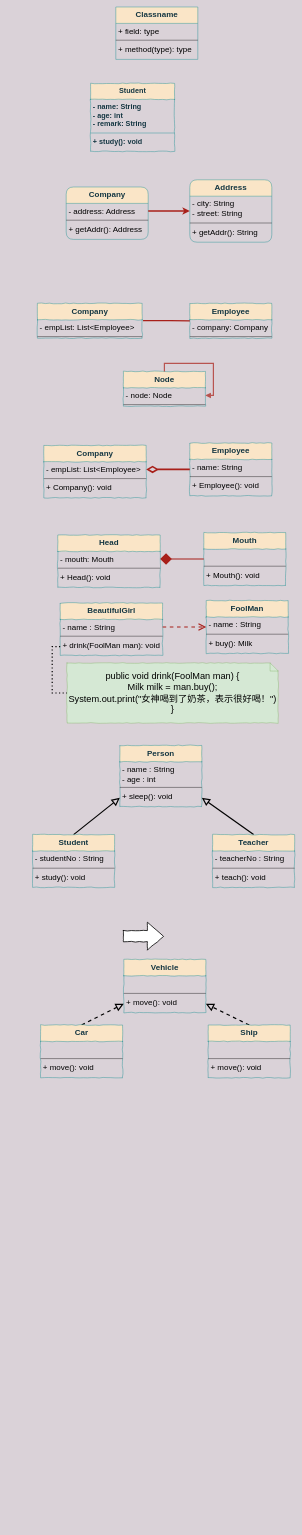
C-wx/MindManager keeps this draw.io diagram as 软件设计原则.drawio. Above is the earlier version. Source tidied: cells renumbered, new cells numbered last; positions are measured from the earlier drawing's top-left corner, leaving out a move shared by most shapes. Both pictures are drawn from the tidied source at 40%, with x=0, y=0 at pixel (32, 7).
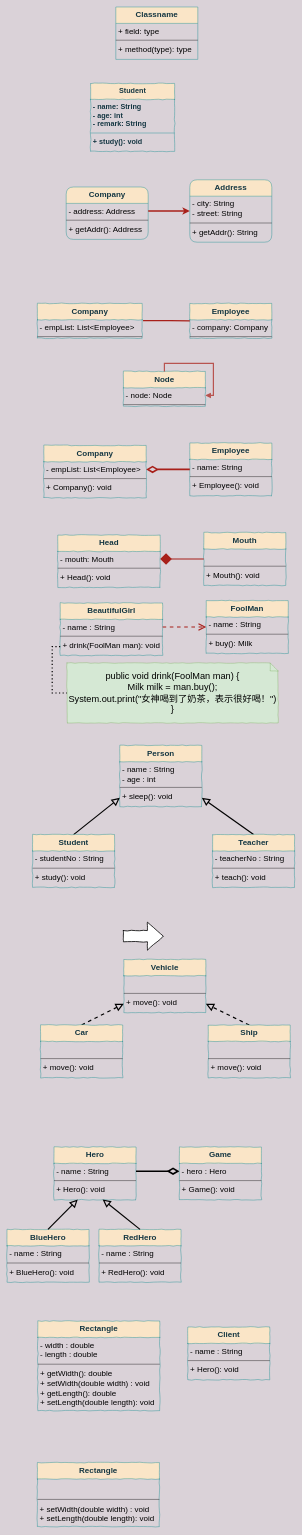
Above is the later version.

Commit message:
更新软件设计原则.drawio

Change to the diagram source:
```diff
@@
+    <mxCell id="88" value="Game" style="swimlane;fontStyle=1;align=center;verticalAlign=top;horizontal=1;startSize=41;shadow=0;glass=0;comic=1;strokeColor=#0F8B8D;fillColor=#FAE5C7;fontColor=#143642;fontSize=20;rounded=0;" parent="1" vertex="1">
+      <mxGeometry x="367" y="2850" width="205" height="132" as="geometry" />
+    </mxCell>
+    <mxCell id="89" value="- hero : Hero" style="text;strokeColor=none;fillColor=none;align=left;verticalAlign=top;spacingLeft=4;spacingRight=4;overflow=hidden;points=[[0,0.5],[1,0.5]];portConstraint=eastwest;fontSize=20;" parent="88" vertex="1">
+      <mxGeometry y="41" width="205" height="39" as="geometry" />
+    </mxCell>
+    <mxCell id="90" style="line;strokeWidth=1;fillColor=none;align=left;verticalAlign=middle;spacingTop=-1;spacingLeft=3;spacingRight=3;labelPosition=right;fontSize=20;" parent="88" vertex="1">
+      <mxGeometry y="80" width="205" height="8" as="geometry" />
+    </mxCell>
+    <mxCell id="91" value="+ Game(): void" style="text;strokeColor=none;fillColor=none;align=left;verticalAlign=top;spacingLeft=4;spacingRight=4;overflow=hidden;fontSize=20;" parent="88" vertex="1">
+      <mxGeometry y="88" width="205" height="44" as="geometry" />
+    </mxCell>
+    <mxCell id="92" value="Hero" style="swimlane;fontStyle=1;align=center;verticalAlign=top;horizontal=1;startSize=41;shadow=0;glass=0;comic=1;strokeColor=#0F8B8D;fillColor=#FAE5C7;fontColor=#143642;fontSize=20;rounded=0;" parent="1" vertex="1">
+      <mxGeometry x="53.5" y="2850" width="205" height="132" as="geometry" />
+    </mxCell>
+    <mxCell id="93" value="- name : String" style="text;strokeColor=none;fillColor=none;align=left;verticalAlign=top;spacingLeft=4;spacingRight=4;overflow=hidden;points=[[0,0.5],[1,0.5]];portConstraint=eastwest;fontSize=20;" parent="92" vertex="1">
+      <mxGeometry y="41" width="205" height="39" as="geometry" />
+    </mxCell>
+    <mxCell id="94" style="line;strokeWidth=1;fillColor=none;align=left;verticalAlign=middle;spacingTop=-1;spacingLeft=3;spacingRight=3;labelPosition=right;fontSize=20;" parent="92" vertex="1">
+      <mxGeometry y="80" width="205" height="8" as="geometry" />
+    </mxCell>
+    <mxCell id="95" value="+ Hero(): void" style="text;strokeColor=none;fillColor=none;align=left;verticalAlign=top;spacingLeft=4;spacingRight=4;overflow=hidden;points=[[0,0.5],[1,0.5]];portConstraint=eastwest;fontSize=20;" parent="92" vertex="1">
+      <mxGeometry y="88" width="205" height="44" as="geometry" />
+    </mxCell>
+    <mxCell id="96" style="edgeStyle=orthogonalEdgeStyle;rounded=1;jettySize=auto;html=1;entryX=1;entryY=0.5;entryDx=0;entryDy=0;fillColor=#FAE5C7;fontSize=20;fontColor=#143642;strokeWidth=4;endArrow=none;endFill=0;startArrow=diamondThin;startFill=0;exitX=0;exitY=0.5;exitDx=0;exitDy=0;endSize=6;startSize=20;" parent="1" edge="1" source="89" target="93">
+      <mxGeometry relative="1" as="geometry" />
+    </mxCell>
+    <mxCell id="97" value="BlueHero" style="swimlane;fontStyle=1;align=center;verticalAlign=top;horizontal=1;startSize=41;shadow=0;glass=0;comic=1;strokeColor=#0F8B8D;fillColor=#FAE5C7;fontColor=#143642;fontSize=20;rounded=0;" parent="1" vertex="1">
+      <mxGeometry x="-64" y="3056" width="205" height="132" as="geometry" />
+    </mxCell>
+    <mxCell id="98" value="- name : String" style="text;strokeColor=none;fillColor=none;align=left;verticalAlign=top;spacingLeft=4;spacingRight=4;overflow=hidden;fontSize=20;" parent="97" vertex="1">
+      <mxGeometry y="41" width="205" height="39" as="geometry" />
+    </mxCell>
+    <mxCell id="99" style="line;strokeWidth=1;fillColor=none;align=left;verticalAlign=middle;spacingTop=-1;spacingLeft=3;spacingRight=3;labelPosition=right;fontSize=20;" parent="97" vertex="1">
+      <mxGeometry y="80" width="205" height="8" as="geometry" />
+    </mxCell>
+    <mxCell id="100" value="+ BlueHero(): void" style="text;strokeColor=none;fillColor=none;align=left;verticalAlign=top;spacingLeft=4;spacingRight=4;overflow=hidden;fontSize=20;" parent="97" vertex="1">
+      <mxGeometry y="88" width="205" height="44" as="geometry" />
+    </mxCell>
+    <mxCell id="101" style="rounded=0;jettySize=auto;html=1;exitX=0.5;exitY=0;exitDx=0;exitDy=0;entryX=0.29;entryY=0.977;entryDx=0;entryDy=0;startArrow=none;startFill=0;startSize=6;sourcePerimeterSpacing=0;endArrow=block;endFill=0;endSize=13;strokeWidth=3;entryPerimeter=0;" parent="1" edge="1" source="97" target="95">
+      <mxGeometry relative="1" as="geometry" />
+    </mxCell>
+    <mxCell id="102" value="RedHero" style="swimlane;fontStyle=1;align=center;verticalAlign=top;horizontal=1;startSize=41;shadow=0;glass=0;comic=1;strokeColor=#0F8B8D;fillColor=#FAE5C7;fontColor=#143642;fontSize=20;rounded=0;" parent="1" vertex="1">
+      <mxGeometry x="166" y="3056" width="205" height="132" as="geometry" />
+    </mxCell>
+    <mxCell id="103" value="- name : String" style="text;strokeColor=none;fillColor=none;align=left;verticalAlign=top;spacingLeft=4;spacingRight=4;overflow=hidden;fontSize=20;" parent="102" vertex="1">
+      <mxGeometry y="41" width="205" height="39" as="geometry" />
+    </mxCell>
+    <mxCell id="104" style="line;strokeWidth=1;fillColor=none;align=left;verticalAlign=middle;spacingTop=-1;spacingLeft=3;spacingRight=3;labelPosition=right;fontSize=20;" parent="102" vertex="1">
+      <mxGeometry y="80" width="205" height="8" as="geometry" />
+    </mxCell>
+    <mxCell id="105" value="+ RedHero(): void" style="text;strokeColor=none;fillColor=none;align=left;verticalAlign=top;spacingLeft=4;spacingRight=4;overflow=hidden;fontSize=20;" parent="102" vertex="1">
+      <mxGeometry y="88" width="205" height="44" as="geometry" />
+    </mxCell>
+    <mxCell id="106" style="rounded=0;jettySize=auto;html=1;exitX=0.5;exitY=0;exitDx=0;exitDy=0;entryX=0.593;entryY=0.977;entryDx=0;entryDy=0;startArrow=none;startFill=0;startSize=6;sourcePerimeterSpacing=0;endArrow=block;endFill=0;endSize=13;strokeWidth=3;entryPerimeter=0;" parent="1" edge="1" source="102" target="95">
+      <mxGeometry relative="1" as="geometry" />
+    </mxCell>
+    <mxCell id="107" value="Rectangle" style="swimlane;fontStyle=1;align=center;verticalAlign=top;horizontal=1;startSize=41;shadow=0;glass=0;comic=1;strokeColor=#0F8B8D;fillColor=#FAE5C7;fontColor=#143642;fontSize=20;rounded=0;" parent="1" vertex="1">
+      <mxGeometry x="13" y="3285" width="305" height="224" as="geometry" />
+    </mxCell>
+    <mxCell id="108" value="- width : double&#10;- length : double" style="text;strokeColor=none;fillColor=none;align=left;verticalAlign=top;spacingLeft=4;spacingRight=4;overflow=hidden;fontSize=20;" parent="107" vertex="1">
+      <mxGeometry y="41" width="305" height="62" as="geometry" />
+    </mxCell>
+    <mxCell id="109" style="line;strokeWidth=1;fillColor=none;align=left;verticalAlign=middle;spacingTop=-1;spacingLeft=3;spacingRight=3;labelPosition=right;fontSize=20;" parent="107" vertex="1">
+      <mxGeometry y="103" width="305" height="10" as="geometry" />
+    </mxCell>
+    <mxCell id="110" value="+ getWidth(): double&#10;+ setWidth(double width) : void&#10;+ getLength(): double&#10;+ setLength(double length): void" style="text;strokeColor=none;fillColor=none;align=left;verticalAlign=top;spacingLeft=4;spacingRight=4;overflow=hidden;fontSize=20;" parent="107" vertex="1">
+      <mxGeometry y="113" width="305" height="111" as="geometry" />
+    </mxCell>
+    <mxCell id="111" value="Client" style="swimlane;fontStyle=1;align=center;verticalAlign=top;horizontal=1;startSize=41;shadow=0;glass=0;comic=1;strokeColor=#0F8B8D;fillColor=#FAE5C7;fontColor=#143642;fontSize=20;rounded=0;" parent="1" vertex="1">
+      <mxGeometry x="388" y="3300" width="205" height="132" as="geometry" />
+    </mxCell>
+    <mxCell id="112" value="- name : String" style="text;strokeColor=none;fillColor=none;align=left;verticalAlign=top;spacingLeft=4;spacingRight=4;overflow=hidden;fontSize=20;" parent="111" vertex="1">
+      <mxGeometry y="41" width="205" height="39" as="geometry" />
+    </mxCell>
+    <mxCell id="113" style="line;strokeWidth=1;fillColor=none;align=left;verticalAlign=middle;spacingTop=-1;spacingLeft=3;spacingRight=3;labelPosition=right;fontSize=20;" parent="111" vertex="1">
+      <mxGeometry y="80" width="205" height="8" as="geometry" />
+    </mxCell>
+    <mxCell id="114" value="+ Hero(): void" style="text;strokeColor=none;fillColor=none;align=left;verticalAlign=top;spacingLeft=4;spacingRight=4;overflow=hidden;fontSize=20;" parent="111" vertex="1">
+      <mxGeometry y="88" width="205" height="44" as="geometry" />
+    </mxCell>
+    <mxCell id="115" value="Rectangle" style="swimlane;fontStyle=1;align=center;verticalAlign=top;horizontal=1;startSize=41;shadow=0;glass=0;comic=1;strokeColor=#0F8B8D;fillColor=#FAE5C7;fontColor=#143642;fontSize=20;rounded=0;" parent="1" vertex="1">
+      <mxGeometry x="12" y="3639" width="305" height="160" as="geometry" />
+    </mxCell>
+    <mxCell id="116" value=" " style="text;strokeColor=none;fillColor=none;align=left;verticalAlign=top;spacingLeft=4;spacingRight=4;overflow=hidden;fontSize=20;" parent="115" vertex="1">
+      <mxGeometry y="41" width="305" height="46" as="geometry" />
+    </mxCell>
+    <mxCell id="117" style="line;strokeWidth=1;fillColor=none;align=left;verticalAlign=middle;spacingTop=-1;spacingLeft=3;spacingRight=3;labelPosition=right;fontSize=20;" parent="115" vertex="1">
+      <mxGeometry y="87" width="305" height="10" as="geometry" />
+    </mxCell>
+    <mxCell id="118" value="+ setWidth(double width) : void&#10;+ setLength(double length): void" style="text;strokeColor=none;fillColor=none;align=left;verticalAlign=top;spacingLeft=4;spacingRight=4;overflow=hidden;fontSize=20;" parent="115" vertex="1">
+      <mxGeometry y="97" width="305" height="63" as="geometry" />
+    </mxCell>
```
